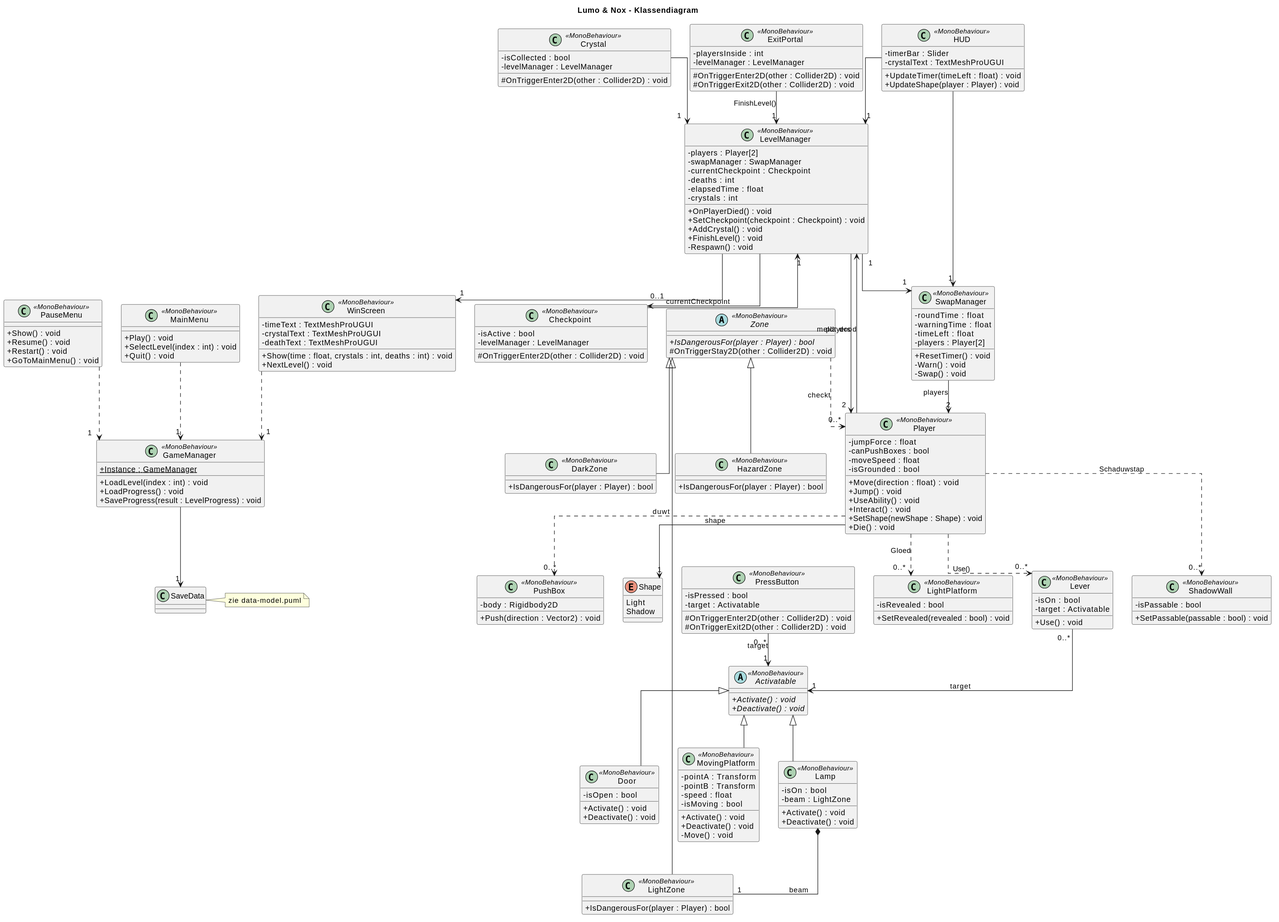
This is docs/diagrams/class-diagram.svg from osamalasmi/lumo-and-nox, a PlantUML export, as it was before one commit. Its diagram source:
```plantuml
@startuml
title Lumo & Nox - Klassendiagram
skinparam classAttributeIconSize 0
skinparam linetype ortho

enum Shape {
  Light
  Shadow
}

class Player <<MonoBehaviour>> {
  - jumpForce : float
  - canPushBoxes : bool
  - moveSpeed : float
  - isGrounded : bool
  + Move(direction : float) : void
  + Jump() : void
  + UseAbility() : void
  + Interact() : void
  + SetShape(newShape : Shape) : void
  + Die() : void
}

class SwapManager <<MonoBehaviour>> {
  - roundTime : float
  - warningTime : float
  - timeLeft : float
  - players : Player[2]
  + ResetTimer() : void
  - Warn() : void
  - Swap() : void
}

abstract class Zone <<MonoBehaviour>> {
  + {abstract} IsDangerousFor(player : Player) : bool
  # OnTriggerStay2D(other : Collider2D) : void
}

class LightZone <<MonoBehaviour>> {
  + IsDangerousFor(player : Player) : bool
}

class DarkZone <<MonoBehaviour>> {
  + IsDangerousFor(player : Player) : bool
}

class HazardZone <<MonoBehaviour>> {
  + IsDangerousFor(player : Player) : bool
}

abstract class Activatable <<MonoBehaviour>> {
  + {abstract} Activate() : void
  + {abstract} Deactivate() : void
}

class Lamp <<MonoBehaviour>> {
  - isOn : bool
  - beam : LightZone
  + Activate() : void
  + Deactivate() : void
}

class Door <<MonoBehaviour>> {
  - isOpen : bool
  + Activate() : void
  + Deactivate() : void
}

class MovingPlatform <<MonoBehaviour>> {
  - pointA : Transform
  - pointB : Transform
  - speed : float
  - isMoving : bool
  + Activate() : void
  + Deactivate() : void
  - Move() : void
}

class Lever <<MonoBehaviour>> {
  - isOn : bool
  - target : Activatable
  + Use() : void
}

class PressButton <<MonoBehaviour>> {
  - isPressed : bool
  - target : Activatable
  # OnTriggerEnter2D(other : Collider2D) : void
  # OnTriggerExit2D(other : Collider2D) : void
}

class LightPlatform <<MonoBehaviour>> {
  - isRevealed : bool
  + SetRevealed(revealed : bool) : void
}

class ShadowWall <<MonoBehaviour>> {
  - isPassable : bool
  + SetPassable(passable : bool) : void
}

class PushBox <<MonoBehaviour>> {
  - body : Rigidbody2D
  + Push(direction : Vector2) : void
}

class Checkpoint <<MonoBehaviour>> {
  - isActive : bool
  - levelManager : LevelManager
  # OnTriggerEnter2D(other : Collider2D) : void
}

class Crystal <<MonoBehaviour>> {
  - isCollected : bool
  - levelManager : LevelManager
  # OnTriggerEnter2D(other : Collider2D) : void
}

class ExitPortal <<MonoBehaviour>> {
  - playersInside : int
  - levelManager : LevelManager
  # OnTriggerEnter2D(other : Collider2D) : void
  # OnTriggerExit2D(other : Collider2D) : void
}

class LevelManager <<MonoBehaviour>> {
  - players : Player[2]
  - swapManager : SwapManager
  - currentCheckpoint : Checkpoint
  - deaths : int
  - elapsedTime : float
  - crystals : int
  + OnPlayerDied() : void
  + SetCheckpoint(checkpoint : Checkpoint) : void
  + AddCrystal() : void
  + FinishLevel() : void
  - Respawn() : void
}

class GameManager <<MonoBehaviour>> {
  + {static} Instance : GameManager
  + LoadLevel(index : int) : void
  + LoadProgress() : void
  + SaveProgress(result : LevelProgress) : void
}

class MainMenu <<MonoBehaviour>> {
  + Play() : void
  + SelectLevel(index : int) : void
  + Quit() : void
}

class HUD <<MonoBehaviour>> {
  - timerBar : Slider
  - crystalText : TextMeshProUGUI
  + UpdateTimer(timeLeft : float) : void
  + UpdateShape(player : Player) : void
}

class PauseMenu <<MonoBehaviour>> {
  + Show() : void
  + Resume() : void
  + Restart() : void
  + GoToMainMenu() : void
}

class WinScreen <<MonoBehaviour>> {
  - timeText : TextMeshProUGUI
  - crystalText : TextMeshProUGUI
  - deathText : TextMeshProUGUI
  + Show(time : float, crystals : int, deaths : int) : void
  + NextLevel() : void
}

class SaveData {
}

note right of SaveData
  zie data-model.puml
end note

Zone <|-- LightZone
Zone <|-- DarkZone
Zone <|-- HazardZone
Activatable <|-- Lamp
Activatable <|-- Door
Activatable <|-- MovingPlatform

Player --> "1" Shape : shape
Player --> "1" LevelManager : meldt dood
Player ..> "0..*" PushBox : duwt
Player ..> "0..*" LightPlatform : Gloed
Player ..> "0..*" ShadowWall : Schaduwstap
Player ..> "0..*" Lever : Use()
Zone ..> "0..*" Player : checkt

SwapManager --> "2" Player : players
LevelManager --> "2" Player : players
LevelManager --> "1" SwapManager
LevelManager --> "0..1" Checkpoint : currentCheckpoint

Checkpoint --> "1" LevelManager
Crystal --> "1" LevelManager
ExitPortal --> "1" LevelManager : FinishLevel()

Lever "0..*" --> "1" Activatable : target
PressButton "0..*" --> "1" Activatable : target
Lamp *-- "1" LightZone : beam

HUD --> "1" SwapManager
HUD --> "1" LevelManager
LevelManager --> "1" WinScreen
MainMenu ..> "1" GameManager
PauseMenu ..> "1" GameManager
WinScreen ..> "1" GameManager
GameManager --> "1" SaveData
@enduml
```
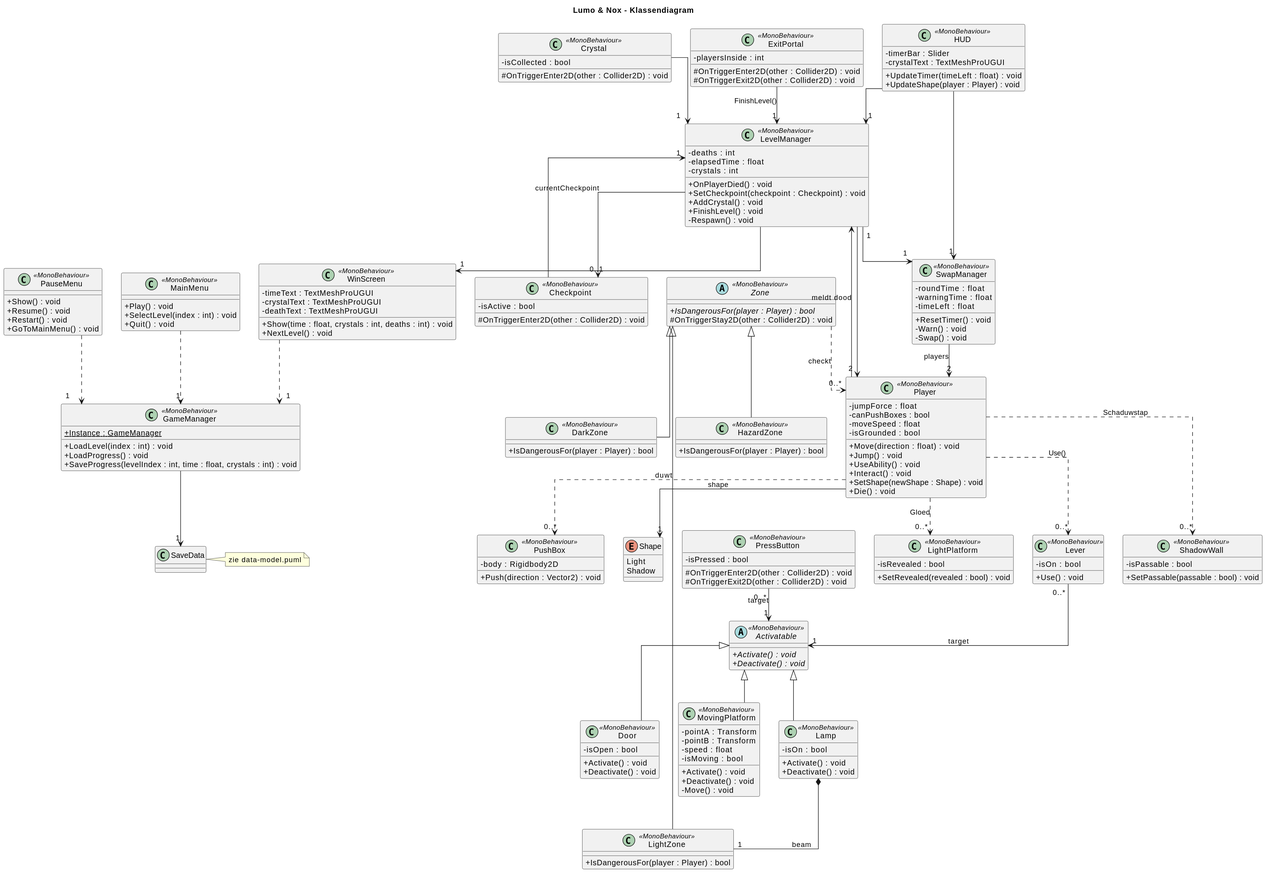
After the commit.

Commit message:
Remove fields that are already arrows, simplify SaveProgress

Diff of the diagram source:
```diff
@@ -25,7 +25,6 @@
   - roundTime : float
   - warningTime : float
   - timeLeft : float
-  - players : Player[2]
   + ResetTimer() : void
   - Warn() : void
   - Swap() : void
@@ -55,7 +54,6 @@
 
 class Lamp <<MonoBehaviour>> {
   - isOn : bool
-  - beam : LightZone
   + Activate() : void
   + Deactivate() : void
 }
@@ -78,13 +76,11 @@
 
 class Lever <<MonoBehaviour>> {
   - isOn : bool
-  - target : Activatable
   + Use() : void
 }
 
 class PressButton <<MonoBehaviour>> {
   - isPressed : bool
-  - target : Activatable
   # OnTriggerEnter2D(other : Collider2D) : void
   # OnTriggerExit2D(other : Collider2D) : void
 }
@@ -106,27 +102,21 @@
 
 class Checkpoint <<MonoBehaviour>> {
   - isActive : bool
-  - levelManager : LevelManager
   # OnTriggerEnter2D(other : Collider2D) : void
 }
 
 class Crystal <<MonoBehaviour>> {
   - isCollected : bool
-  - levelManager : LevelManager
   # OnTriggerEnter2D(other : Collider2D) : void
 }
 
 class ExitPortal <<MonoBehaviour>> {
   - playersInside : int
-  - levelManager : LevelManager
   # OnTriggerEnter2D(other : Collider2D) : void
   # OnTriggerExit2D(other : Collider2D) : void
 }
 
 class LevelManager <<MonoBehaviour>> {
-  - players : Player[2]
-  - swapManager : SwapManager
-  - currentCheckpoint : Checkpoint
   - deaths : int
   - elapsedTime : float
   - crystals : int
@@ -141,7 +131,7 @@
   + {static} Instance : GameManager
   + LoadLevel(index : int) : void
   + LoadProgress() : void
-  + SaveProgress(result : LevelProgress) : void
+  + SaveProgress(levelIndex : int, time : float, crystals : int) : void
 }
 
 class MainMenu <<MonoBehaviour>> {
@@ -195,7 +185,7 @@
 Zone ..> "0..*" Player : checkt
 
 SwapManager --> "2" Player : players
-LevelManager --> "2" Player : players
+LevelManager --> "2" Player
 LevelManager --> "1" SwapManager
 LevelManager --> "0..1" Checkpoint : currentCheckpoint
 
```
